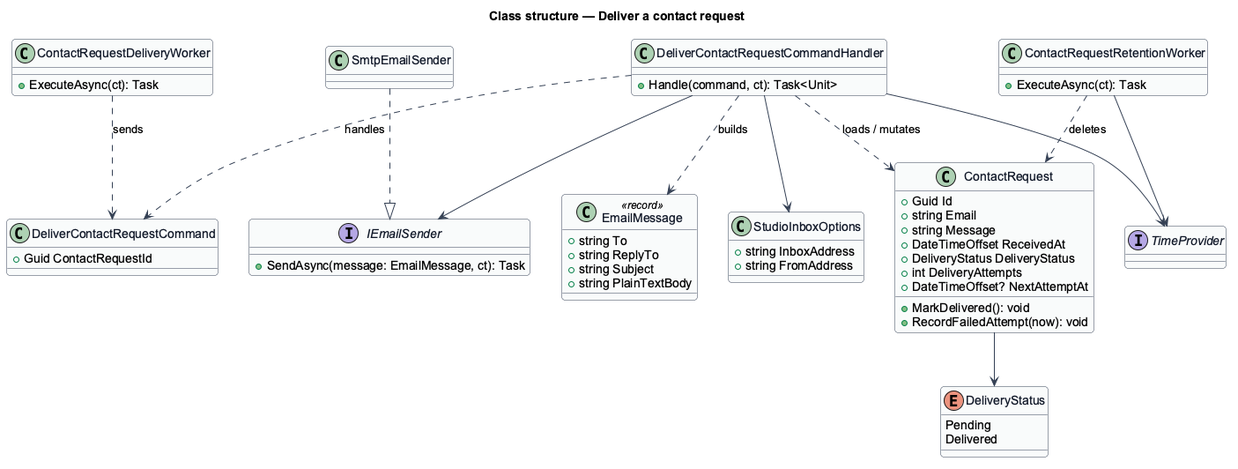
Above: docs/detailed-designs/contact/deliver-contact-request/diagrams/class-structure.png in QuinntyneBrown/goodwork (PlantUML), before the change.
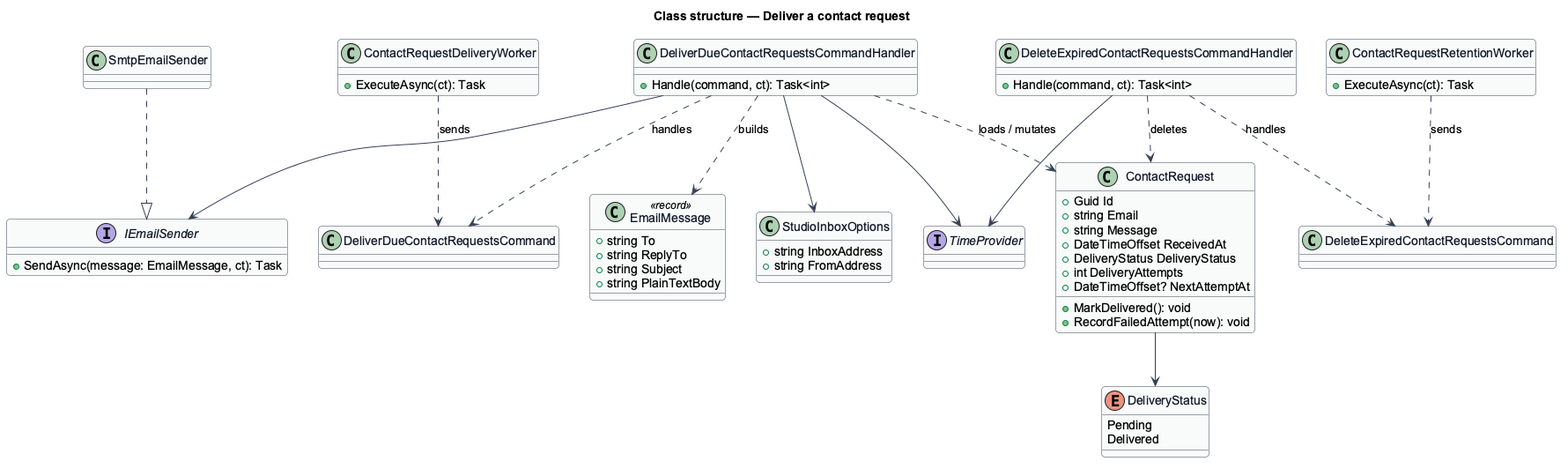
The same file after the commit.

What changed in the source:
```diff
@@ -14,11 +14,13 @@
 class ContactRequestDeliveryWorker {
   +ExecuteAsync(ct): Task
 }
-class DeliverContactRequestCommand {
-  +Guid ContactRequestId
+class DeliverDueContactRequestsCommand
+class DeleteExpiredContactRequestsCommand
+class DeliverDueContactRequestsCommandHandler {
+  +Handle(command, ct): Task<int>
 }
-class DeliverContactRequestCommandHandler {
-  +Handle(command, ct): Task<Unit>
+class DeleteExpiredContactRequestsCommandHandler {
+  +Handle(command, ct): Task<int>
 }
 interface IEmailSender {
   +SendAsync(message: EmailMessage, ct): Task
@@ -53,15 +55,17 @@
   Delivered
 }
 interface TimeProvider
-ContactRequestDeliveryWorker ..> DeliverContactRequestCommand : sends
-DeliverContactRequestCommandHandler ..> DeliverContactRequestCommand : handles
-DeliverContactRequestCommandHandler --> IEmailSender
-DeliverContactRequestCommandHandler --> StudioInboxOptions
-DeliverContactRequestCommandHandler --> TimeProvider
-DeliverContactRequestCommandHandler ..> ContactRequest : loads / mutates
-DeliverContactRequestCommandHandler ..> EmailMessage : builds
+ContactRequestDeliveryWorker ..> DeliverDueContactRequestsCommand : sends
+DeliverDueContactRequestsCommandHandler ..> DeliverDueContactRequestsCommand : handles
+ContactRequestRetentionWorker ..> DeleteExpiredContactRequestsCommand : sends
+DeleteExpiredContactRequestsCommandHandler ..> DeleteExpiredContactRequestsCommand : handles
+DeleteExpiredContactRequestsCommandHandler --> TimeProvider
+DeleteExpiredContactRequestsCommandHandler ..> ContactRequest : deletes
+DeliverDueContactRequestsCommandHandler --> IEmailSender
+DeliverDueContactRequestsCommandHandler --> StudioInboxOptions
+DeliverDueContactRequestsCommandHandler --> TimeProvider
+DeliverDueContactRequestsCommandHandler ..> ContactRequest : loads / mutates
+DeliverDueContactRequestsCommandHandler ..> EmailMessage : builds
 SmtpEmailSender ..|> IEmailSender
-ContactRequestRetentionWorker --> TimeProvider
-ContactRequestRetentionWorker ..> ContactRequest : deletes
 ContactRequest --> DeliveryStatus
 @enduml
```
